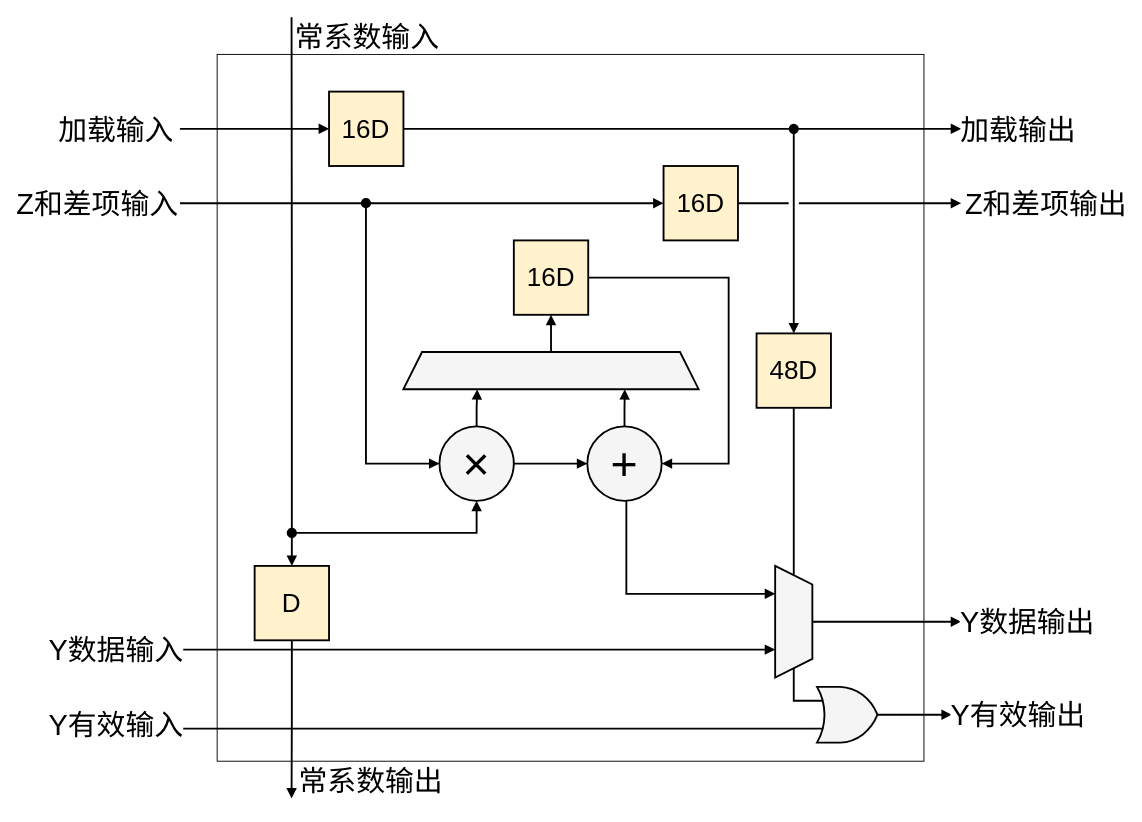
The draw.io diagram page "第 7 页" (7 of 8) of 插图.drawio in Dv-26/Dissertation, before the edit. Source tidied: cells renumbered, new cells numbered last; positions are measured from the earlier drawing's top-left corner, leaving out a move shared by most shapes. Both pictures are drawn from the tidied source at 93%, with x=0, y=0 at pixel (96, 17).
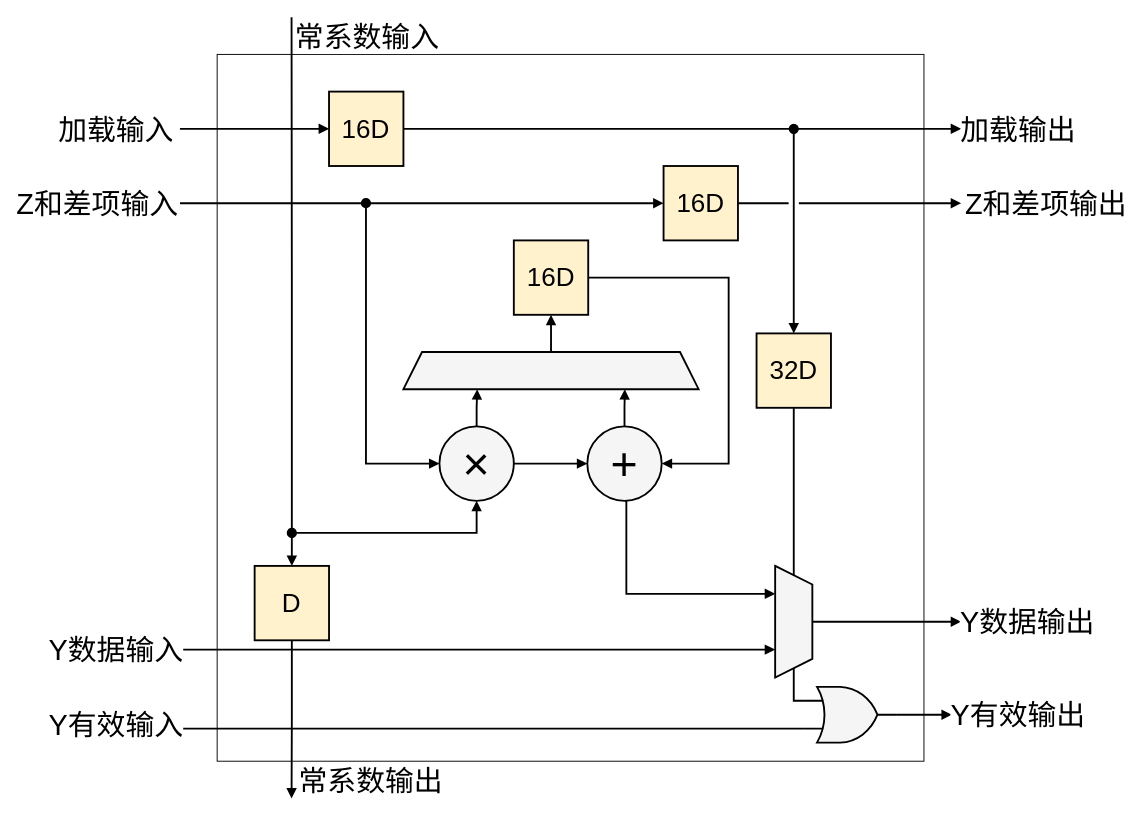
The same page after the edit.

Change to the diagram source:
```diff
@@
-    <mxCell id="23" value="&lt;span style=&quot;background-color: initial;&quot;&gt;48D&lt;/span&gt;" style="whiteSpace=wrap;html=1;fillColor=#fff2cc;strokeColor=#000000;strokeWidth=2;fontFamily=Helvetica;fontSize=28;" parent="1" vertex="1">
+    <mxCell id="23" value="&lt;span style=&quot;background-color: initial;&quot;&gt;32D&lt;/span&gt;" style="whiteSpace=wrap;html=1;fillColor=#fff2cc;strokeColor=#000000;strokeWidth=2;fontFamily=Helvetica;fontSize=28;" parent="1" vertex="1">
       <mxGeometry x="710" y="340" width="80" height="80" as="geometry" />
     </mxCell>
```
